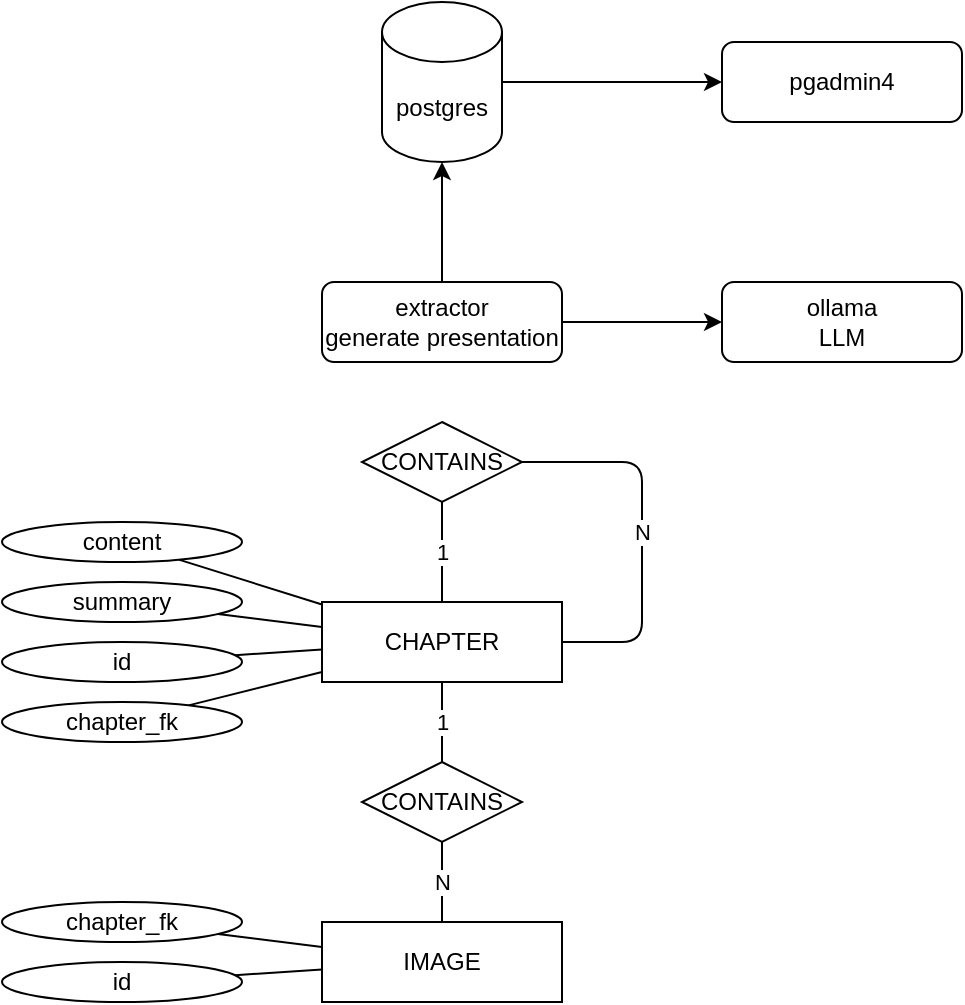
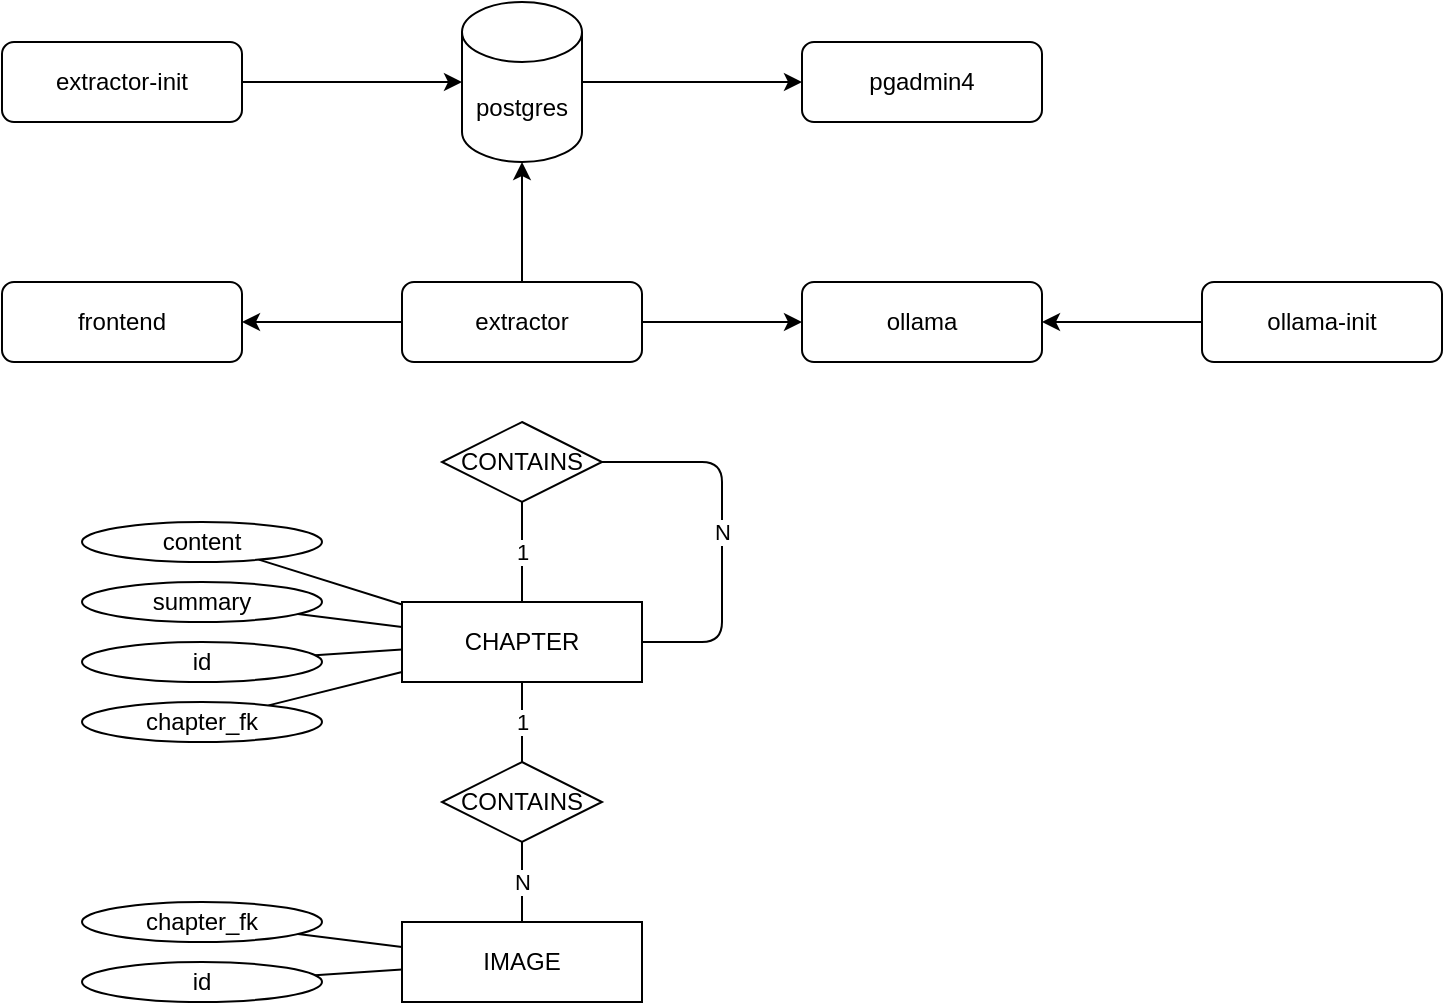
<mxfile host="65bd71144e">
    <diagram id="b4l8AiMKVdJLUvFwLziP" name="Page-1">
-         <mxGraphModel dx="650" dy="407" grid="1" gridSize="10" guides="1" tooltips="1" connect="1" arrows="1" fold="1" page="1" pageScale="1" pageWidth="850" pageHeight="1100" math="0" shadow="0">
+         <mxGraphModel dx="801" dy="434" grid="1" gridSize="10" guides="1" tooltips="1" connect="1" arrows="1" fold="1" page="1" pageScale="1" pageWidth="850" pageHeight="1100" math="0" shadow="0">
            <root>
                <mxCell id="0"/>
                <mxCell id="1" parent="0"/>
                <mxCell id="4" style="edgeStyle=none;html=1;entryX=0;entryY=0.5;entryDx=0;entryDy=0;" parent="1" source="2" target="3" edge="1">
                    <mxGeometry relative="1" as="geometry"/>
                </mxCell>
-                 <mxCell id="6" style="edgeStyle=none;html=1;" edge="1" parent="1" source="2" target="5">
+                 <mxCell id="6" style="edgeStyle=none;html=1;" parent="1" source="2" target="5" edge="1">
                    <mxGeometry relative="1" as="geometry"/>
                </mxCell>
-                 <mxCell id="2" value="extractor&lt;div&gt;generate presentation&lt;/div&gt;" style="rounded=1;whiteSpace=wrap;html=1;" parent="1" vertex="1">
+                 <mxCell id="31" value="" style="edgeStyle=none;html=1;" edge="1" parent="1" source="2" target="30">
+                     <mxGeometry relative="1" as="geometry"/>
+                 </mxCell>
+                 <mxCell id="2" value="extractor" style="rounded=1;whiteSpace=wrap;html=1;" parent="1" vertex="1">
                    <mxGeometry x="240" y="200" width="120" height="40" as="geometry"/>
                </mxCell>
-                 <mxCell id="3" value="ollama&lt;div&gt;LLM&lt;/div&gt;" style="rounded=1;whiteSpace=wrap;html=1;" parent="1" vertex="1">
+                 <mxCell id="3" value="ollama" style="rounded=1;whiteSpace=wrap;html=1;" parent="1" vertex="1">
                    <mxGeometry x="440" y="200" width="120" height="40" as="geometry"/>
                </mxCell>
-                 <mxCell id="8" style="edgeStyle=none;html=1;" edge="1" parent="1" source="5" target="7">
+                 <mxCell id="8" style="edgeStyle=none;html=1;" parent="1" source="5" target="7" edge="1">
                    <mxGeometry relative="1" as="geometry"/>
                </mxCell>
-                 <mxCell id="5" value="postgres" style="shape=cylinder3;whiteSpace=wrap;html=1;boundedLbl=1;backgroundOutline=1;size=15;" vertex="1" parent="1">
+                 <mxCell id="5" value="postgres" style="shape=cylinder3;whiteSpace=wrap;html=1;boundedLbl=1;backgroundOutline=1;size=15;" parent="1" vertex="1">
                    <mxGeometry x="270" y="60" width="60" height="80" as="geometry"/>
                </mxCell>
-                 <mxCell id="7" value="pgadmin4" style="rounded=1;whiteSpace=wrap;html=1;" vertex="1" parent="1">
+                 <mxCell id="7" value="pgadmin4" style="rounded=1;whiteSpace=wrap;html=1;" parent="1" vertex="1">
                    <mxGeometry x="440" y="80" width="120" height="40" as="geometry"/>
                </mxCell>
-                 <mxCell id="16" value="1" style="edgeStyle=none;html=1;endArrow=none;endFill=0;" edge="1" parent="1" source="9" target="10">
+                 <mxCell id="16" value="1" style="edgeStyle=none;html=1;endArrow=none;endFill=0;" parent="1" source="9" target="10" edge="1">
                    <mxGeometry relative="1" as="geometry"/>
                </mxCell>
-                 <mxCell id="22" value="1" style="edgeStyle=none;html=1;endArrow=none;endFill=0;" edge="1" parent="1" source="9" target="21">
+                 <mxCell id="22" value="1" style="edgeStyle=none;html=1;endArrow=none;endFill=0;" parent="1" source="9" target="21" edge="1">
                    <mxGeometry relative="1" as="geometry"/>
                </mxCell>
-                 <mxCell id="9" value="CHAPTER" style="rounded=0;whiteSpace=wrap;html=1;" vertex="1" parent="1">
+                 <mxCell id="9" value="CHAPTER" style="rounded=0;whiteSpace=wrap;html=1;" parent="1" vertex="1">
                    <mxGeometry x="240" y="360" width="120" height="40" as="geometry"/>
                </mxCell>
-                 <mxCell id="29" value="N" style="edgeStyle=elbowEdgeStyle;html=1;endArrow=none;endFill=0;" edge="1" parent="1" source="10" target="9">
+                 <mxCell id="29" value="N" style="edgeStyle=elbowEdgeStyle;html=1;endArrow=none;endFill=0;" parent="1" source="10" target="9" edge="1">
                    <mxGeometry relative="1" as="geometry">
                        <mxPoint x="460" y="350" as="targetPoint"/>
                        <Array as="points">
                            <mxPoint x="400" y="340"/>
                        </Array>
                    </mxGeometry>
                </mxCell>
-                 <mxCell id="10" value="CONTAINS" style="rhombus;whiteSpace=wrap;html=1;" vertex="1" parent="1">
+                 <mxCell id="10" value="CONTAINS" style="rhombus;whiteSpace=wrap;html=1;" parent="1" vertex="1">
                    <mxGeometry x="260" y="270" width="80" height="40" as="geometry"/>
                </mxCell>
-                 <mxCell id="11" value="IMAGE" style="rounded=0;whiteSpace=wrap;html=1;" vertex="1" parent="1">
+                 <mxCell id="11" value="IMAGE" style="rounded=0;whiteSpace=wrap;html=1;" parent="1" vertex="1">
                    <mxGeometry x="240" y="520" width="120" height="40" as="geometry"/>
                </mxCell>
-                 <mxCell id="17" style="edgeStyle=none;html=1;endArrow=none;endFill=0;" edge="1" parent="1" source="12" target="9">
+                 <mxCell id="17" style="edgeStyle=none;html=1;endArrow=none;endFill=0;" parent="1" source="12" target="9" edge="1">
                    <mxGeometry relative="1" as="geometry"/>
                </mxCell>
-                 <mxCell id="12" value="content" style="ellipse;whiteSpace=wrap;html=1;" vertex="1" parent="1">
+                 <mxCell id="12" value="content" style="ellipse;whiteSpace=wrap;html=1;" parent="1" vertex="1">
                    <mxGeometry x="80" y="320" width="120" height="20" as="geometry"/>
                </mxCell>
-                 <mxCell id="18" style="edgeStyle=none;html=1;endArrow=none;endFill=0;" edge="1" parent="1" source="13" target="9">
+                 <mxCell id="18" style="edgeStyle=none;html=1;endArrow=none;endFill=0;" parent="1" source="13" target="9" edge="1">
                    <mxGeometry relative="1" as="geometry"/>
                </mxCell>
-                 <mxCell id="13" value="summary&lt;span style=&quot;font-family: monospace; font-size: 0px; text-align: start; text-wrap-mode: nowrap;&quot;&gt;%3CmxGraphModel%3E%3Croot%3E%3CmxCell%20id%3D%220%22%2F%3E%3CmxCell%20id%3D%221%22%20parent%3D%220%22%2F%3E%3CmxCell%20id%3D%222%22%20value%3D%22content%22%20style%3D%22ellipse%3BwhiteSpace%3Dwrap%3Bhtml%3D1%3B%22%20vertex%3D%221%22%20parent%3D%221%22%3E%3CmxGeometry%20x%3D%2280%22%20y%3D%22320%22%20width%3D%22120%22%20height%3D%2220%22%20as%3D%22geometry%22%2F%3E%3C%2FmxCell%3E%3C%2Froot%3E%3C%2FmxGraphModel%3E&lt;/span&gt;&lt;span style=&quot;font-family: monospace; font-size: 0px; text-align: start; text-wrap-mode: nowrap;&quot;&gt;%3CmxGraphModel%3E%3Croot%3E%3CmxCell%20id%3D%220%22%2F%3E%3CmxCell%20id%3D%221%22%20parent%3D%220%22%2F%3E%3CmxCell%20id%3D%222%22%20value%3D%22content%22%20style%3D%22ellipse%3BwhiteSpace%3Dwrap%3Bhtml%3D1%3B%22%20vertex%3D%221%22%20parent%3D%221%22%3E%3CmxGeometry%20x%3D%2280%22%20y%3D%22320%22%20width%3D%22120%22%20height%3D%2220%22%20as%3D%22geometry%22%2F%3E%3C%2FmxCell%3E%3C%2Froot%3E%3C%2FmxGraphModel%3E&lt;/span&gt;" style="ellipse;whiteSpace=wrap;html=1;" vertex="1" parent="1">
+                 <mxCell id="13" value="summary&lt;span style=&quot;font-family: monospace; font-size: 0px; text-align: start; text-wrap-mode: nowrap;&quot;&gt;%3CmxGraphModel%3E%3Croot%3E%3CmxCell%20id%3D%220%22%2F%3E%3CmxCell%20id%3D%221%22%20parent%3D%220%22%2F%3E%3CmxCell%20id%3D%222%22%20value%3D%22content%22%20style%3D%22ellipse%3BwhiteSpace%3Dwrap%3Bhtml%3D1%3B%22%20vertex%3D%221%22%20parent%3D%221%22%3E%3CmxGeometry%20x%3D%2280%22%20y%3D%22320%22%20width%3D%22120%22%20height%3D%2220%22%20as%3D%22geometry%22%2F%3E%3C%2FmxCell%3E%3C%2Froot%3E%3C%2FmxGraphModel%3E&lt;/span&gt;&lt;span style=&quot;font-family: monospace; font-size: 0px; text-align: start; text-wrap-mode: nowrap;&quot;&gt;%3CmxGraphModel%3E%3Croot%3E%3CmxCell%20id%3D%220%22%2F%3E%3CmxCell%20id%3D%221%22%20parent%3D%220%22%2F%3E%3CmxCell%20id%3D%222%22%20value%3D%22content%22%20style%3D%22ellipse%3BwhiteSpace%3Dwrap%3Bhtml%3D1%3B%22%20vertex%3D%221%22%20parent%3D%221%22%3E%3CmxGeometry%20x%3D%2280%22%20y%3D%22320%22%20width%3D%22120%22%20height%3D%2220%22%20as%3D%22geometry%22%2F%3E%3C%2FmxCell%3E%3C%2Froot%3E%3C%2FmxGraphModel%3E&lt;/span&gt;" style="ellipse;whiteSpace=wrap;html=1;" parent="1" vertex="1">
                    <mxGeometry x="80" y="350" width="120" height="20" as="geometry"/>
                </mxCell>
-                 <mxCell id="19" style="edgeStyle=none;html=1;endArrow=none;endFill=0;" edge="1" parent="1" source="14" target="9">
+                 <mxCell id="19" style="edgeStyle=none;html=1;endArrow=none;endFill=0;" parent="1" source="14" target="9" edge="1">
                    <mxGeometry relative="1" as="geometry"/>
                </mxCell>
-                 <mxCell id="14" value="id" style="ellipse;whiteSpace=wrap;html=1;" vertex="1" parent="1">
+                 <mxCell id="14" value="id" style="ellipse;whiteSpace=wrap;html=1;" parent="1" vertex="1">
                    <mxGeometry x="80" y="380" width="120" height="20" as="geometry"/>
                </mxCell>
-                 <mxCell id="20" style="edgeStyle=none;html=1;endArrow=none;endFill=0;" edge="1" parent="1" source="15" target="9">
+                 <mxCell id="20" style="edgeStyle=none;html=1;endArrow=none;endFill=0;" parent="1" source="15" target="9" edge="1">
                    <mxGeometry relative="1" as="geometry"/>
                </mxCell>
-                 <mxCell id="15" value="chapter_fk" style="ellipse;whiteSpace=wrap;html=1;" vertex="1" parent="1">
+                 <mxCell id="15" value="chapter_fk" style="ellipse;whiteSpace=wrap;html=1;" parent="1" vertex="1">
                    <mxGeometry x="80" y="410" width="120" height="20" as="geometry"/>
                </mxCell>
-                 <mxCell id="23" value="N" style="edgeStyle=none;html=1;endArrow=none;endFill=0;" edge="1" parent="1" source="21" target="11">
+                 <mxCell id="23" value="N" style="edgeStyle=none;html=1;endArrow=none;endFill=0;" parent="1" source="21" target="11" edge="1">
                    <mxGeometry relative="1" as="geometry"/>
                </mxCell>
-                 <mxCell id="21" value="CONTAINS" style="rhombus;whiteSpace=wrap;html=1;" vertex="1" parent="1">
+                 <mxCell id="21" value="CONTAINS" style="rhombus;whiteSpace=wrap;html=1;" parent="1" vertex="1">
                    <mxGeometry x="260" y="440" width="80" height="40" as="geometry"/>
                </mxCell>
-                 <mxCell id="27" style="edgeStyle=none;html=1;endArrow=none;endFill=0;" edge="1" parent="1" source="24" target="11">
+                 <mxCell id="27" style="edgeStyle=none;html=1;endArrow=none;endFill=0;" parent="1" source="24" target="11" edge="1">
                    <mxGeometry relative="1" as="geometry"/>
                </mxCell>
-                 <mxCell id="24" value="chapter_fk" style="ellipse;whiteSpace=wrap;html=1;" vertex="1" parent="1">
+                 <mxCell id="24" value="chapter_fk" style="ellipse;whiteSpace=wrap;html=1;" parent="1" vertex="1">
                    <mxGeometry x="80" y="510" width="120" height="20" as="geometry"/>
                </mxCell>
-                 <mxCell id="26" style="edgeStyle=none;html=1;endArrow=none;endFill=0;" edge="1" parent="1" source="25" target="11">
+                 <mxCell id="26" style="edgeStyle=none;html=1;endArrow=none;endFill=0;" parent="1" source="25" target="11" edge="1">
                    <mxGeometry relative="1" as="geometry"/>
                </mxCell>
-                 <mxCell id="25" value="id" style="ellipse;whiteSpace=wrap;html=1;" vertex="1" parent="1">
+                 <mxCell id="25" value="id" style="ellipse;whiteSpace=wrap;html=1;" parent="1" vertex="1">
                    <mxGeometry x="80" y="540" width="120" height="20" as="geometry"/>
+                 </mxCell>
+                 <mxCell id="30" value="frontend" style="rounded=1;whiteSpace=wrap;html=1;" vertex="1" parent="1">
+                     <mxGeometry x="40" y="200" width="120" height="40" as="geometry"/>
+                 </mxCell>
+                 <mxCell id="33" style="edgeStyle=none;html=1;" edge="1" parent="1" source="32" target="5">
+                     <mxGeometry relative="1" as="geometry"/>
+                 </mxCell>
+                 <mxCell id="32" value="extractor-init" style="rounded=1;whiteSpace=wrap;html=1;" vertex="1" parent="1">
+                     <mxGeometry x="40" y="80" width="120" height="40" as="geometry"/>
+                 </mxCell>
+                 <mxCell id="35" style="edgeStyle=none;html=1;" edge="1" parent="1" source="34" target="3">
+                     <mxGeometry relative="1" as="geometry"/>
+                 </mxCell>
+                 <mxCell id="34" value="ollama-init" style="rounded=1;whiteSpace=wrap;html=1;" vertex="1" parent="1">
+                     <mxGeometry x="640" y="200" width="120" height="40" as="geometry"/>
                </mxCell>
            </root>
        </mxGraphModel>
    </diagram>
</mxfile>